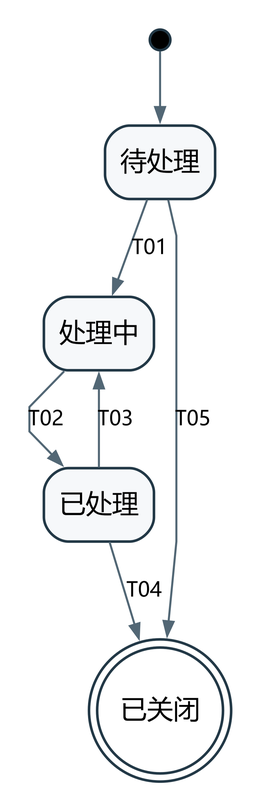
The Graphviz diagram docs/project/models/图表与模型/STD03.png in jason-bitc/HZCU-CampusHub, before a commit. Its source is kept beside it as docs/project/models/图表与模型/STD03.dot. Its diagram source:
```dot
digraph G {
graph [rankdir=TB,nodesep=0.30,ranksep=0.48,bgcolor="white",splines=polyline,pad=0.20];
node [fontname="Microsoft YaHei",fontsize=13,color="#223846",penwidth=1.25,margin="0.10,0.07",style="rounded,filled",fillcolor="#F6F8FA"];
edge [fontname="Microsoft YaHei",fontsize=10,color="#526775",arrowsize=0.7];
"start" [shape=point,label="",style="filled",fillcolor="white",fillcolor="black",width=0.14];
"O" [shape=box,label="待处理"];
"P" [shape=box,label="处理中"];
"R" [shape=box,label="已处理"];
"C" [shape=doublecircle,label="已关闭",style="filled",fillcolor="white"];
"start" -> "O" [label=""];
"O" -> "P" [label="T01"];
"P" -> "R" [label="T02"];
"R" -> "P" [label="T03"];
"R" -> "C" [label="T04"];
"O" -> "C" [label="T05"];
}
```
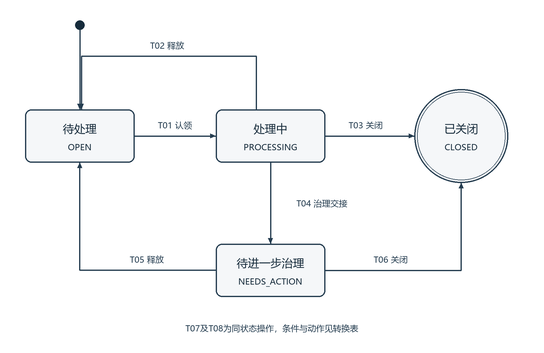
Above is the later version.

Change to the diagram source:
```diff
@@ -1,16 +1,19 @@
 digraph G {
-graph [rankdir=TB,nodesep=0.30,ranksep=0.48,bgcolor="white",splines=polyline,pad=0.20];
-node [fontname="Microsoft YaHei",fontsize=13,color="#223846",penwidth=1.25,margin="0.10,0.07",style="rounded,filled",fillcolor="#F6F8FA"];
-edge [fontname="Microsoft YaHei",fontsize=10,color="#526775",arrowsize=0.7];
-"start" [shape=point,label="",style="filled",fillcolor="white",fillcolor="black",width=0.14];
-"O" [shape=box,label="待处理"];
-"P" [shape=box,label="处理中"];
-"R" [shape=box,label="已处理"];
-"C" [shape=doublecircle,label="已关闭",style="filled",fillcolor="white"];
-"start" -> "O" [label=""];
+graph [rankdir=LR,bgcolor="white",pad=0.3];
+node [fontname="Microsoft YaHei",fontsize=14,shape=box];
+edge [fontname="Microsoft YaHei",fontsize=11];
+start [shape=point];
+start -> O;
+"O" [label="待处理 OPEN",shape=box];
+"P" [label="处理中 PROCESSING",shape=box];
+"N" [label="待进一步治理 NEEDS_ACTION",shape=box];
+"C" [label="已关闭 CLOSED",shape=doublecircle];
 "O" -> "P" [label="T01"];
-"P" -> "R" [label="T02"];
-"R" -> "P" [label="T03"];
-"R" -> "C" [label="T04"];
-"O" -> "C" [label="T05"];
+"P" -> "O" [label="T02"];
+"P" -> "C" [label="T03"];
+"P" -> "N" [label="T04"];
+"N" -> "O" [label="T05"];
+"N" -> "C" [label="T06"];
+"N" -> "N" [label="T07"];
+"P" -> "P" [label="T08"];
 }
```
